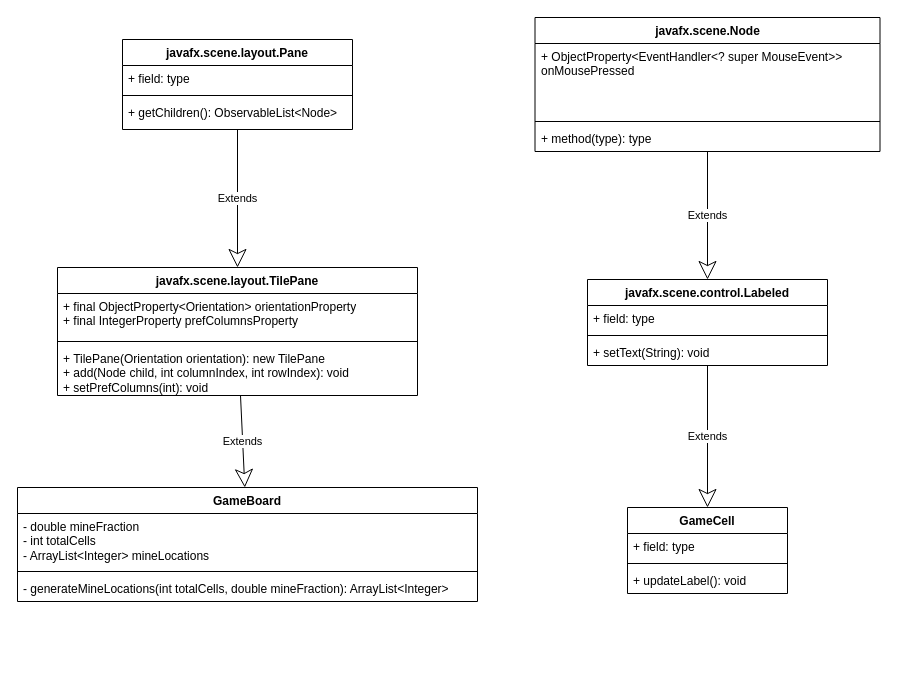
This is docs/minesweeperfx.drawio from ambertia/MinesweeperFX, a draw.io file, before an edit. Source tidied: cells renumbered, new cells numbered last; positions are measured from the earlier drawing's top-left corner, leaving out a move shared by most shapes. Both pictures are drawn from the tidied source at 100%, with x=0, y=0 at pixel (17, 17).
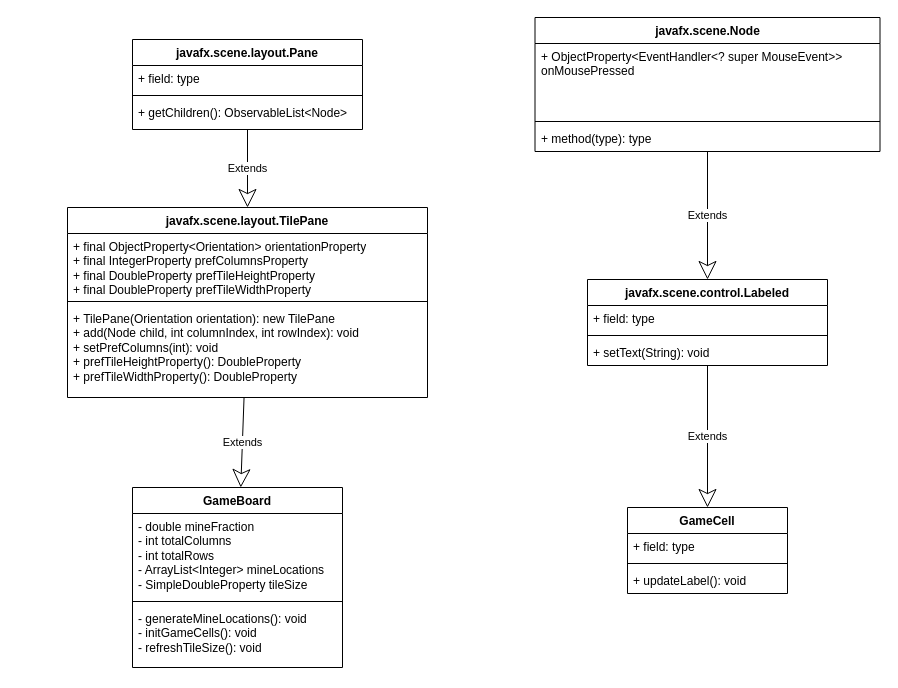
The same page after the edit.

What changed in the source:
```diff
@@
     <mxCell id="3" value="GameBoard" style="swimlane;fontStyle=1;align=center;verticalAlign=top;horizontal=1;startSize=26;whiteSpace=wrap;html=1;" parent="1" vertex="1">
-      <mxGeometry y="470" width="460" height="114" as="geometry" />
+      <mxGeometry x="115" y="470" width="210" height="180" as="geometry" />
     </mxCell>
-    <mxCell id="4" value="- double mineFraction&lt;br&gt;- int totalCells&lt;br&gt;- ArrayList&amp;lt;Integer&amp;gt; mineLocations" style="text;strokeColor=none;fillColor=none;align=left;verticalAlign=top;spacingLeft=4;spacingRight=4;overflow=hidden;whiteSpace=wrap;html=1;" parent="3" vertex="1">
-      <mxGeometry y="26" width="460" height="54" as="geometry" />
+    <mxCell id="4" value="- double mineFraction&lt;br&gt;- int totalColumns&lt;br&gt;- int totalRows&lt;br&gt;- ArrayList&amp;lt;Integer&amp;gt; mineLocations&lt;br&gt;- SimpleDoubleProperty tileSize" style="text;strokeColor=none;fillColor=none;align=left;verticalAlign=top;spacingLeft=4;spacingRight=4;overflow=hidden;whiteSpace=wrap;html=1;" parent="3" vertex="1">
+      <mxGeometry y="26" width="210" height="84" as="geometry" />
     </mxCell>
     <mxCell id="5" style="line;strokeWidth=1;fillColor=none;align=left;verticalAlign=middle;spacingTop=-1;spacingLeft=3;spacingRight=3;labelPosition=right;strokeColor=inherit;" parent="3" vertex="1">
-      <mxGeometry y="80" width="460" height="8" as="geometry" />
+      <mxGeometry y="110" width="210" height="8" as="geometry" />
     </mxCell>
-    <mxCell id="6" value="- generateMineLocations(int totalCells, double mineFraction): ArrayList&amp;lt;Integer&amp;gt;" style="text;strokeColor=none;fillColor=none;align=left;verticalAlign=top;spacingLeft=4;spacingRight=4;overflow=hidden;whiteSpace=wrap;html=1;" parent="3" vertex="1">
-      <mxGeometry y="88" width="460" height="26" as="geometry" />
+    <mxCell id="6" value="- generateMineLocations(): void&lt;br&gt;- initGameCells(): void&lt;br&gt;- refreshTileSize(): void" style="text;strokeColor=none;fillColor=none;align=left;verticalAlign=top;spacingLeft=4;spacingRight=4;overflow=hidden;whiteSpace=wrap;html=1;" parent="3" vertex="1">
+      <mxGeometry y="118" width="210" height="62" as="geometry" />
     </mxCell>
     <mxCell id="7" value="javafx.scene.layout.TilePane" style="swimlane;fontStyle=1;align=center;verticalAlign=top;horizontal=1;startSize=26;whiteSpace=wrap;html=1;" parent="1" vertex="1">
-      <mxGeometry x="40" y="250" width="360" height="128" as="geometry" />
+      <mxGeometry x="50" y="190" width="360" height="190" as="geometry" />
     </mxCell>
-    <mxCell id="8" value="+ final ObjectProperty&amp;lt;Orientation&amp;gt; orientationProperty&lt;br&gt;+ final IntegerProperty prefColumnsProperty" style="text;strokeColor=none;fillColor=none;align=left;verticalAlign=top;spacingLeft=4;spacingRight=4;overflow=hidden;whiteSpace=wrap;html=1;" parent="7" vertex="1">
-      <mxGeometry y="26" width="360" height="44" as="geometry" />
+    <mxCell id="8" value="+ final ObjectProperty&amp;lt;Orientation&amp;gt; orientationProperty&lt;br&gt;+ final IntegerProperty prefColumnsProperty&lt;br&gt;+ final DoubleProperty prefTileHeightProperty&lt;br&gt;+ final DoubleProperty prefTileWidthProperty" style="text;strokeColor=none;fillColor=none;align=left;verticalAlign=top;spacingLeft=4;spacingRight=4;overflow=hidden;whiteSpace=wrap;html=1;" parent="7" vertex="1">
+      <mxGeometry y="26" width="360" height="64" as="geometry" />
     </mxCell>
     <mxCell id="9" style="line;strokeWidth=1;fillColor=none;align=left;verticalAlign=middle;spacingTop=-1;spacingLeft=3;spacingRight=3;labelPosition=right;strokeColor=inherit;" parent="7" vertex="1">
-      <mxGeometry y="70" width="360" height="8" as="geometry" />
+      <mxGeometry y="90" width="360" height="8" as="geometry" />
     </mxCell>
-    <mxCell id="10" value="+ TilePane(Orientation orientation): new TilePane&lt;br&gt;+ add(Node child, int columnIndex, int rowIndex): void&lt;br&gt;+ setPrefColumns(int): void" style="text;strokeColor=none;fillColor=none;align=left;verticalAlign=top;spacingLeft=4;spacingRight=4;overflow=hidden;whiteSpace=wrap;html=1;" parent="7" vertex="1">
-      <mxGeometry y="78" width="360" height="50" as="geometry" />
+    <mxCell id="10" value="+ TilePane(Orientation orientation): new TilePane&lt;br&gt;+ add(Node child, int columnIndex, int rowIndex): void&lt;br&gt;+ setPrefColumns(int): void&lt;br&gt;+ prefTileHeightProperty(): DoubleProperty&lt;br&gt;+ prefTileWidthProperty(): DoubleProperty" style="text;strokeColor=none;fillColor=none;align=left;verticalAlign=top;spacingLeft=4;spacingRight=4;overflow=hidden;whiteSpace=wrap;html=1;" parent="7" vertex="1">
+      <mxGeometry y="98" width="360" height="92" as="geometry" />
     </mxCell>
@@
     <mxCell id="26" value="javafx.scene.layout.Pane" style="swimlane;fontStyle=1;align=center;verticalAlign=top;horizontal=1;startSize=26;whiteSpace=wrap;html=1;" parent="1" vertex="1">
-      <mxGeometry x="105" y="22" width="230" height="90" as="geometry" />
+      <mxGeometry x="115" y="22" width="230" height="90" as="geometry" />
     </mxCell>
```
